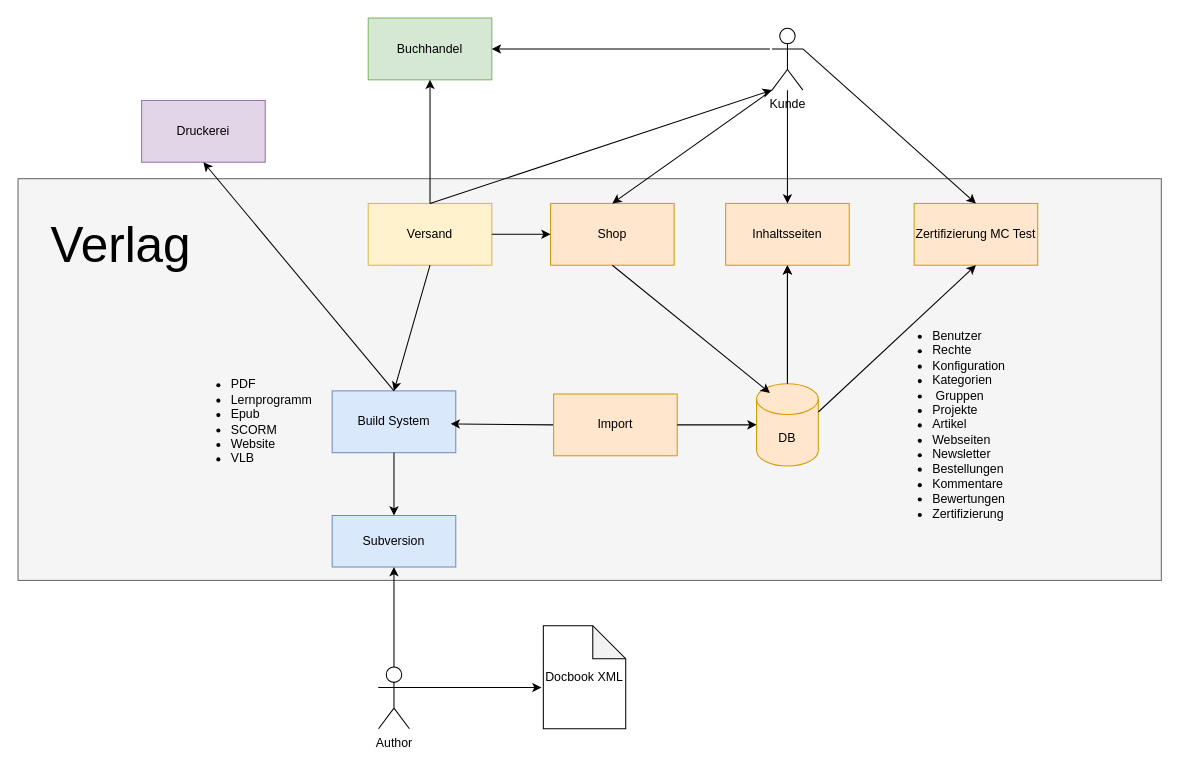
This is doc/Untitled Diagram2.drawio from pamoller/restfooly, a draw.io file, before an edit. Source tidied: cells renumbered, new cells numbered last; positions are measured from the earlier drawing's top-left corner, leaving out a move shared by most shapes. Both pictures are drawn from the tidied source at 103%, with x=0, y=0 at pixel (18, 18).
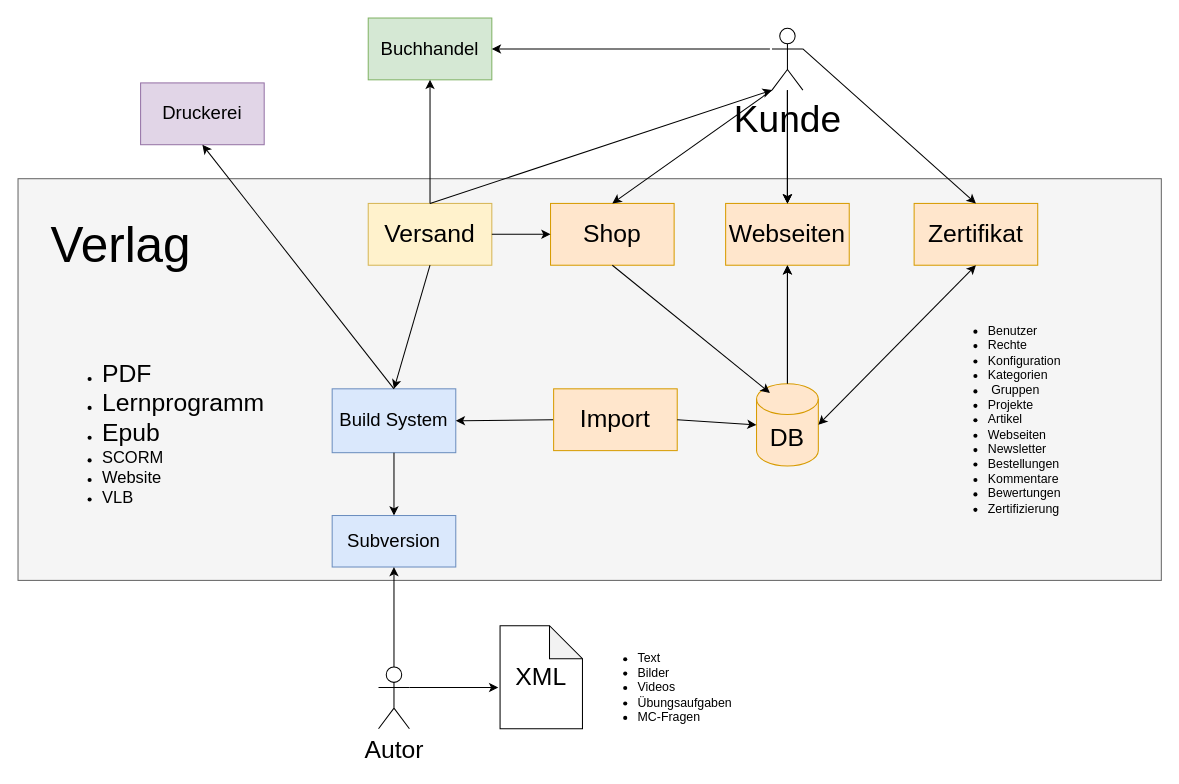
Above is the later version.

Diff of the diagram source:
```diff
@@
-    <mxCell id="3" value="Build System" style="rounded=0;whiteSpace=wrap;html=1;fillColor=#dae8fc;strokeColor=#6c8ebf;" parent="1" vertex="1">
-      <mxGeometry x="305" y="362" width="120" height="60" as="geometry" />
+    <mxCell id="3" value="&lt;font style=&quot;font-size: 18px&quot;&gt;Build System&lt;/font&gt;" style="rounded=0;whiteSpace=wrap;html=1;fillColor=#dae8fc;strokeColor=#6c8ebf;" parent="1" vertex="1">
+      <mxGeometry x="305" y="360" width="120" height="62" as="geometry" />
     </mxCell>
-    <mxCell id="4" value="Author" style="shape=umlActor;verticalLabelPosition=bottom;verticalAlign=top;html=1;outlineConnect=0;" parent="1" vertex="1">
+    <mxCell id="4" value="&lt;font style=&quot;font-size: 24px&quot;&gt;Autor&lt;/font&gt;" style="shape=umlActor;verticalLabelPosition=bottom;verticalAlign=top;html=1;outlineConnect=0;" parent="1" vertex="1">
       <mxGeometry x="350" y="630" width="30" height="60" as="geometry" />
     </mxCell>
-    <mxCell id="5" value="Docbook XML" style="shape=note;whiteSpace=wrap;html=1;backgroundOutline=1;darkOpacity=0.05;size=32;" parent="1" vertex="1">
-      <mxGeometry x="510" y="590" width="80" height="100" as="geometry" />
+    <mxCell id="5" value="&lt;font style=&quot;font-size: 24px&quot;&gt;XML&lt;/font&gt;" style="shape=note;whiteSpace=wrap;html=1;backgroundOutline=1;darkOpacity=0.05;size=32;" parent="1" vertex="1">
+      <mxGeometry x="468" y="590" width="80" height="100" as="geometry" />
     </mxCell>
-    <mxCell id="6" value="Subversion" style="rounded=0;whiteSpace=wrap;html=1;fillColor=#dae8fc;strokeColor=#6c8ebf;" parent="1" vertex="1">
+    <mxCell id="6" value="&lt;font style=&quot;font-size: 18px&quot;&gt;Subversion&lt;/font&gt;" style="rounded=0;whiteSpace=wrap;html=1;fillColor=#dae8fc;strokeColor=#6c8ebf;" parent="1" vertex="1">
       <mxGeometry x="305" y="483" width="120" height="50" as="geometry" />
     </mxCell>
     <mxCell id="7" value="&lt;ul&gt;&lt;li&gt;Benutzer&lt;/li&gt;&lt;li&gt;&lt;span&gt;Rechte&lt;/span&gt;&lt;br&gt;&lt;/li&gt;&lt;li&gt;&lt;span&gt;Konfiguration&lt;/span&gt;&lt;/li&gt;&lt;li&gt;Kategorien&lt;/li&gt;&lt;li&gt;&amp;nbsp;Gruppen&lt;/li&gt;&lt;li&gt;Projekte&lt;/li&gt;&lt;li&gt;Artikel&lt;/li&gt;&lt;li&gt;Webseiten&lt;/li&gt;&lt;li&gt;Newsletter&lt;/li&gt;&lt;li&gt;Bestellungen&lt;/li&gt;&lt;li&gt;Kommentare&lt;/li&gt;&lt;li&gt;Bewertungen&lt;/li&gt;&lt;li&gt;Zertifizierung&lt;/li&gt;&lt;/ul&gt;" style="text;html=1;strokeColor=none;fillColor=none;align=left;verticalAlign=middle;whiteSpace=wrap;rounded=0;" parent="1" vertex="1">
-      <mxGeometry x="846" y="385" width="40" height="20" as="geometry" />
+      <mxGeometry x="900" y="377.5" width="40" height="25" as="geometry" />
     </mxCell>
-    <mxCell id="8" value="&lt;ul&gt;&lt;li&gt;PDF&lt;/li&gt;&lt;li&gt;Lernprogramm&lt;/li&gt;&lt;li&gt;Epub&lt;/li&gt;&lt;li&gt;SCORM&lt;/li&gt;&lt;li&gt;Website&lt;/li&gt;&lt;li&gt;VLB&lt;/li&gt;&lt;/ul&gt;" style="text;html=1;strokeColor=none;fillColor=none;align=left;verticalAlign=middle;whiteSpace=wrap;rounded=0;" parent="1" vertex="1">
-      <mxGeometry x="165" y="382" width="260" height="20" as="geometry" />
+    <mxCell id="8" value="&lt;ul&gt;&lt;li&gt;&lt;font style=&quot;font-size: 24px&quot;&gt;PDF&lt;/font&gt;&lt;/li&gt;&lt;li&gt;&lt;font style=&quot;font-size: 24px&quot;&gt;Lernprogramm&lt;/font&gt;&lt;/li&gt;&lt;li&gt;&lt;font style=&quot;font-size: 24px&quot;&gt;Epub&lt;/font&gt;&lt;/li&gt;&lt;li&gt;&lt;font size=&quot;3&quot;&gt;SCORM&lt;/font&gt;&lt;/li&gt;&lt;li&gt;&lt;font size=&quot;3&quot;&gt;Website&lt;/font&gt;&lt;/li&gt;&lt;li&gt;&lt;font size=&quot;3&quot;&gt;VLB&lt;/font&gt;&lt;/li&gt;&lt;/ul&gt;" style="text;html=1;strokeColor=none;fillColor=none;align=left;verticalAlign=middle;whiteSpace=wrap;rounded=0;" parent="1" vertex="1">
+      <mxGeometry x="40" y="385" width="130" height="35" as="geometry" />
     </mxCell>
-    <mxCell id="9" value="Inhaltsseiten" style="rounded=0;whiteSpace=wrap;html=1;fillColor=#ffe6cc;strokeColor=#d79b00;" parent="1" vertex="1">
+    <mxCell id="9" value="&lt;font style=&quot;font-size: 24px&quot;&gt;Webseiten&lt;/font&gt;" style="rounded=0;whiteSpace=wrap;html=1;fillColor=#ffe6cc;strokeColor=#d79b00;" parent="1" vertex="1">
       <mxGeometry x="687" y="180" width="120" height="60" as="geometry" />
     </mxCell>
-    <mxCell id="10" value="Shop" style="rounded=0;whiteSpace=wrap;html=1;fillColor=#ffe6cc;strokeColor=#d79b00;" parent="1" vertex="1">
+    <mxCell id="10" value="&lt;font style=&quot;font-size: 24px&quot;&gt;Shop&lt;/font&gt;" style="rounded=0;whiteSpace=wrap;html=1;fillColor=#ffe6cc;strokeColor=#d79b00;" parent="1" vertex="1">
       <mxGeometry x="517" y="180" width="120" height="60" as="geometry" />
     </mxCell>
-    <mxCell id="11" value="Druckerei" style="rounded=0;whiteSpace=wrap;html=1;fillColor=#e1d5e7;strokeColor=#9673a6;" parent="1" vertex="1">
-      <mxGeometry x="120" y="80" width="120" height="60" as="geometry" />
+    <mxCell id="11" value="&lt;font style=&quot;font-size: 18px&quot;&gt;Druckerei&lt;/font&gt;" style="rounded=0;whiteSpace=wrap;html=1;fillColor=#e1d5e7;strokeColor=#9673a6;" parent="1" vertex="1">
+      <mxGeometry x="119" y="63" width="120" height="60" as="geometry" />
     </mxCell>
-    <mxCell id="12" value="Buchhandel" style="rounded=0;whiteSpace=wrap;html=1;fillColor=#d5e8d4;strokeColor=#82b366;" parent="1" vertex="1">
+    <mxCell id="12" value="&lt;font style=&quot;font-size: 18px&quot;&gt;Buchhandel&lt;/font&gt;" style="rounded=0;whiteSpace=wrap;html=1;fillColor=#d5e8d4;strokeColor=#82b366;" parent="1" vertex="1">
       <mxGeometry x="340" width="120" height="60" as="geometry" />
     </mxCell>
-    <mxCell id="13" value="Kunde" style="shape=umlActor;verticalLabelPosition=bottom;verticalAlign=top;html=1;outlineConnect=0;" parent="1" vertex="1">
-      <mxGeometry x="732" y="10" width="30" height="60" as="geometry" />
-    </mxCell>
+    <mxCell id="37" style="edgeStyle=orthogonalEdgeStyle;rounded=0;jettySize=auto;html=1;" parent="1" edge="1" source="13" target="9">
+      <mxGeometry relative="1" as="geometry" />
+    </mxCell>
+    <mxCell id="38" style="edgeStyle=orthogonalEdgeStyle;rounded=0;jettySize=auto;html=1;" parent="1" edge="1" source="13" target="9">
+      <mxGeometry relative="1" as="geometry" />
+    </mxCell>
-    <mxCell id="14" value="Versand" style="rounded=0;whiteSpace=wrap;html=1;fillColor=#fff2cc;strokeColor=#d6b656;" parent="1" vertex="1">
+    <mxCell id="14" value="&lt;font style=&quot;font-size: 24px&quot;&gt;Versand&lt;/font&gt;" style="rounded=0;whiteSpace=wrap;html=1;fillColor=#fff2cc;strokeColor=#d6b656;" parent="1" vertex="1">
       <mxGeometry x="340" y="180" width="120" height="60" as="geometry" />
     </mxCell>
-    <mxCell id="15" value="Zertifizierung MC Test" style="rounded=0;whiteSpace=wrap;html=1;fillColor=#ffe6cc;strokeColor=#d79b00;" parent="1" vertex="1">
+    <mxCell id="15" value="&lt;font style=&quot;font-size: 24px&quot;&gt;Zertifikat&lt;/font&gt;" style="rounded=0;whiteSpace=wrap;html=1;fillColor=#ffe6cc;strokeColor=#d79b00;" parent="1" vertex="1">
       <mxGeometry x="870" y="180" width="120" height="60" as="geometry" />
     </mxCell>
@@
-    <mxCell id="17" value="DB" style="shape=cylinder3;whiteSpace=wrap;html=1;boundedLbl=1;backgroundOutline=1;size=15;fillColor=#ffe6cc;strokeColor=#d79b00;" parent="1" vertex="1">
+    <mxCell id="17" value="&lt;font style=&quot;font-size: 24px&quot;&gt;DB&lt;/font&gt;" style="shape=cylinder3;whiteSpace=wrap;html=1;boundedLbl=1;backgroundOutline=1;size=15;fillColor=#ffe6cc;strokeColor=#d79b00;" parent="1" vertex="1">
       <mxGeometry x="717" y="355" width="60" height="80" as="geometry" />
     </mxCell>
-    <mxCell id="18" style="endArrow=classic;html=1;exitX=0;exitY=0.3333333333333333;exitDx=0;exitDy=0;exitPerimeter=0;entryX=-0.022;entryY=0.6;entryDx=0;entryDy=0;entryPerimeter=0;" parent="1" edge="1" source="4" target="5">
+    <mxCell id="18" style="endArrow=classic;html=1;exitX=1;exitY=0.3333333333333333;exitDx=0;exitDy=0;exitPerimeter=0;entryX=-0.022;entryY=0.6;entryDx=0;entryDy=0;entryPerimeter=0;" parent="1" edge="1" source="4" target="5">
       <mxGeometry relative="1" as="geometry" />
     </mxCell>
@@
-    <mxCell id="20" style="endArrow=classic;html=1;exitX=0;exitY=0.5;exitDx=0;exitDy=0;" parent="1" edge="1" source="34">
-      <mxGeometry relative="1" as="geometry">
-        <mxPoint x="420" y="394" as="targetPoint" />
-      </mxGeometry>
+    <mxCell id="20" style="endArrow=classic;html=1;exitX=0;exitY=0.5;exitDx=0;exitDy=0;entryX=1;entryY=0.5;entryDx=0;entryDy=0;" parent="1" edge="1" source="34" target="3">
+      <mxGeometry relative="1" as="geometry" />
     </mxCell>
-    <mxCell id="21" style="endArrow=classic;html=1;exitX=0.5;exitY=0;exitDx=0;exitDy=0;" parent="1" edge="1" source="3">
-      <mxGeometry relative="1" as="geometry">
-        <mxPoint x="180" y="140" as="targetPoint" />
-      </mxGeometry>
+    <mxCell id="21" style="endArrow=classic;html=1;exitX=0.5;exitY=0;exitDx=0;exitDy=0;entryX=0.5;entryY=1;entryDx=0;entryDy=0;" parent="1" edge="1" source="3" target="11">
+      <mxGeometry relative="1" as="geometry" />
     </mxCell>
@@
-    <mxCell id="30" style="endArrow=classic;html=1;entryX=0.5;entryY=1;entryDx=0;entryDy=0;exitX=1;exitY=0;exitDx=0;exitDy=27.5;exitPerimeter=0;" parent="1" edge="1" source="17" target="15">
-      <mxGeometry relative="1" as="geometry" />
-    </mxCell>
@@
-    <mxCell id="34" value="Import" style="rounded=0;whiteSpace=wrap;html=1;fillColor=#ffe6cc;strokeColor=#d79b00;" parent="1" vertex="1">
-      <mxGeometry x="520" y="365" width="120" height="60" as="geometry" />
+    <mxCell id="34" value="&lt;font style=&quot;font-size: 24px&quot;&gt;Import&lt;/font&gt;" style="rounded=0;whiteSpace=wrap;html=1;fillColor=#ffe6cc;strokeColor=#d79b00;" parent="1" vertex="1">
+      <mxGeometry x="520" y="360" width="120" height="60" as="geometry" />
     </mxCell>
@@
+    <mxCell id="30" style="endArrow=classic;startArrow=classic;html=1;entryX=0.5;entryY=1;entryDx=0;entryDy=0;exitX=1;exitY=0.5;exitDx=0;exitDy=0;exitPerimeter=0;" parent="1" edge="1" source="17" target="15">
+      <mxGeometry relative="1" as="geometry" />
+    </mxCell>
+    <mxCell id="39" value="&lt;ul&gt;&lt;li&gt;Text&lt;/li&gt;&lt;li&gt;Bilder&lt;/li&gt;&lt;li&gt;Videos&lt;/li&gt;&lt;li&gt;Übungsaufgaben&lt;/li&gt;&lt;li&gt;MC-Fragen&lt;/li&gt;&lt;/ul&gt;" style="text;html=1;strokeColor=none;fillColor=none;align=left;verticalAlign=middle;whiteSpace=wrap;rounded=0;" parent="1" vertex="1">
+      <mxGeometry x="560" y="640" width="36" height="20" as="geometry" />
+    </mxCell>
+    <mxCell id="13" value="&lt;font style=&quot;font-size: 36px&quot;&gt;Kunde&lt;/font&gt;" style="shape=umlActor;verticalLabelPosition=bottom;verticalAlign=top;html=1;outlineConnect=0;" parent="1" vertex="1">
+      <mxGeometry x="732" y="10" width="30" height="60" as="geometry" />
+    </mxCell>
```
